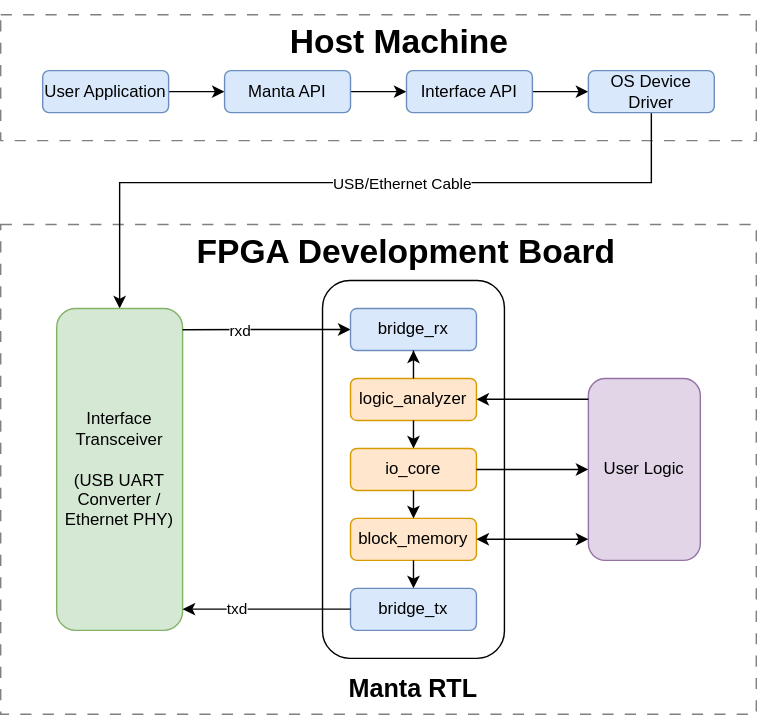
This is doc/assets/system_architecture.drawio.svg from fischermoseley/manta, a draw.io export, as it was before one commit. Source tidied: cells renumbered, new cells last; positions are measured from the earlier drawing's top-left corner, leaving out a move shared by most shapes.
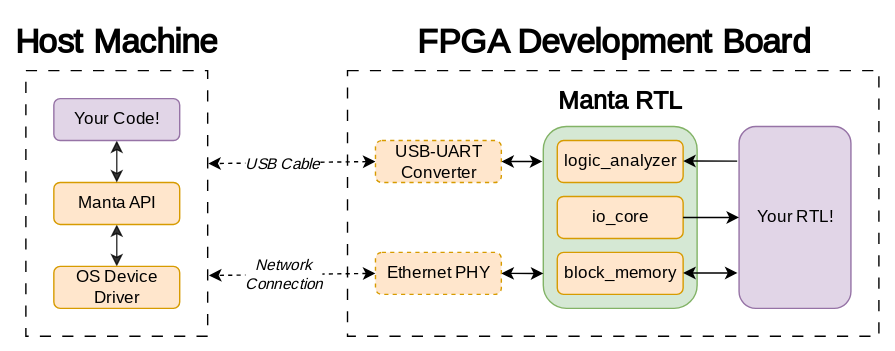
Above is the later version.

The edit, as a diff of the source:
```diff
@@ -2,124 +2,94 @@
   <root>
     <mxCell id="0" />
     <mxCell id="1" parent="0" />
-    <mxCell id="2" style="rounded=0;whiteSpace=wrap;html=1;shadow=0;dashed=1;dashPattern=8 8;strokeColor=#808080;perimeterSpacing=0;gradientColor=none;fillColor=default;" parent="1" vertex="1">
-      <mxGeometry y="150" width="540" height="350" as="geometry" />
-    </mxCell>
-    <mxCell id="3" style="rounded=0;whiteSpace=wrap;html=1;shadow=0;dashed=1;dashPattern=8 8;strokeColor=#808080;perimeterSpacing=0;gradientColor=none;fillColor=default;" parent="1" vertex="1">
-      <mxGeometry width="540" height="90" as="geometry" />
-    </mxCell>
+    <mxCell id="35" style="rounded=0;whiteSpace=wrap;html=1;fontFamily=Roboto;fontSource=https%3A%2F%2Ffonts.googleapis.com%2Fcss%3Ffamily%3DRoboto;strokeColor=none;fillColor=#FFFFFF;" parent="1" vertex="1">
+      <mxGeometry x="-960" y="-890" width="637.5" height="240" as="geometry" />
+    </mxCell>
+    <mxCell id="36" style="rounded=0;whiteSpace=wrap;html=1;fontFamily=Roboto;fontSource=https%3A%2F%2Ffonts.googleapis.com%2Fcss%3Ffamily%3DRoboto;fillColor=none;dashed=1;dashPattern=8 8;" parent="1" vertex="1">
+      <mxGeometry x="-712.5" y="-850" width="380" height="190" as="geometry" />
+    </mxCell>
+    <mxCell id="37" style="rounded=0;whiteSpace=wrap;html=1;fontFamily=Roboto;fontSource=https%3A%2F%2Ffonts.googleapis.com%2Fcss%3Ffamily%3DRoboto;fillColor=none;dashed=1;dashPattern=8 8;" parent="1" vertex="1">
+      <mxGeometry x="-942.5" y="-850" width="130" height="190" as="geometry" />
+    </mxCell>
+    <mxCell id="38" style="rounded=1;whiteSpace=wrap;html=1;fontFamily=Roboto;fontSource=https%3A%2F%2Ffonts.googleapis.com%2Fcss%3Ffamily%3DRoboto;fillColor=#d5e8d4;strokeColor=#82b366;" parent="1" vertex="1">
+      <mxGeometry x="-572.5" y="-810" width="110" height="130" as="geometry" />
+    </mxCell>
+    <mxCell id="39" style="edgeStyle=none;rounded=0;html=1;exitX=0.5;exitY=1;exitDx=0;exitDy=0;entryX=0.5;entryY=0;entryDx=0;entryDy=0;fontFamily=Roboto;fontSource=https%3A%2F%2Ffonts.googleapis.com%2Fcss%3Ffamily%3DRoboto;startArrow=classic;startFill=1;endArrow=classic;endFill=1;opacity=80;" parent="1" edge="1" source="8" target="13">
+      <mxGeometry relative="1" as="geometry" />
+    </mxCell>
+    <mxCell id="8" value="Manta API" style="rounded=1;whiteSpace=wrap;html=1;fillColor=#ffe6cc;strokeColor=#d79b00;fontFamily=Roboto;fontSource=https%3A%2F%2Ffonts.googleapis.com%2Fcss%3Ffamily%3DRoboto;" parent="1" vertex="1">
+      <mxGeometry x="-922.5" y="-770" width="90" height="30" as="geometry" />
+    </mxCell>
+    <mxCell id="13" value="OS Device Driver" style="rounded=1;whiteSpace=wrap;html=1;fillColor=#ffe6cc;strokeColor=#d79b00;fontFamily=Roboto;fontSource=https%3A%2F%2Ffonts.googleapis.com%2Fcss%3Ffamily%3DRoboto;" parent="1" vertex="1">
+      <mxGeometry x="-922.5" y="-710" width="90" height="30" as="geometry" />
+    </mxCell>
+    <mxCell id="40" style="edgeStyle=none;rounded=0;html=1;exitX=0.5;exitY=1;exitDx=0;exitDy=0;entryX=0.5;entryY=0;entryDx=0;entryDy=0;fontFamily=Roboto;fontSource=https%3A%2F%2Ffonts.googleapis.com%2Fcss%3Ffamily%3DRoboto;startArrow=classic;startFill=1;endArrow=classic;endFill=1;opacity=80;" parent="1" edge="1" source="41" target="8">
+      <mxGeometry relative="1" as="geometry" />
+    </mxCell>
+    <mxCell id="41" value="Your Code!" style="rounded=1;whiteSpace=wrap;html=1;fillColor=#e1d5e7;strokeColor=#9673a6;fontFamily=Roboto;fontSource=https%3A%2F%2Ffonts.googleapis.com%2Fcss%3Ffamily%3DRoboto;" parent="1" vertex="1">
+      <mxGeometry x="-922.5" y="-830" width="90" height="30" as="geometry" />
+    </mxCell>
-    <mxCell id="4" value="&lt;h1&gt;Host Machine&lt;/h1&gt;" style="text;html=1;strokeColor=none;fillColor=none;spacing=5;spacingTop=-20;whiteSpace=wrap;overflow=hidden;rounded=0;align=center;" parent="1" vertex="1">
-      <mxGeometry x="30" width="510" height="40" as="geometry" />
+    <mxCell id="4" value="&lt;h1&gt;Host Machine&lt;/h1&gt;" style="text;html=1;strokeColor=none;fillColor=none;spacing=5;spacingTop=-20;whiteSpace=wrap;overflow=hidden;rounded=0;align=center;fontFamily=Roboto;fontSource=https%3A%2F%2Ffonts.googleapis.com%2Fcss%3Ffamily%3DRoboto;" parent="1" vertex="1">
+      <mxGeometry x="-960" y="-890" width="165" height="40" as="geometry" />
     </mxCell>
-    <mxCell id="5" style="edgeStyle=orthogonalEdgeStyle;rounded=0;jettySize=auto;html=1;exitX=1;exitY=0.5;exitDx=0;exitDy=0;entryX=0;entryY=0.5;entryDx=0;entryDy=0;" parent="1" edge="1" source="6" target="8">
-      <mxGeometry relative="1" as="geometry" />
-    </mxCell>
-    <mxCell id="6" value="User Application" style="rounded=1;whiteSpace=wrap;html=1;fillColor=#dae8fc;strokeColor=#6c8ebf;" parent="1" vertex="1">
-      <mxGeometry x="30" y="40" width="90" height="30" as="geometry" />
-    </mxCell>
-    <mxCell id="7" style="edgeStyle=orthogonalEdgeStyle;rounded=0;jettySize=auto;html=1;exitX=1;exitY=0.5;exitDx=0;exitDy=0;entryX=0;entryY=0.5;entryDx=0;entryDy=0;" parent="1" edge="1" source="8" target="10">
-      <mxGeometry relative="1" as="geometry" />
-    </mxCell>
-    <mxCell id="8" value="Manta API" style="rounded=1;whiteSpace=wrap;html=1;fillColor=#dae8fc;strokeColor=#6c8ebf;" parent="1" vertex="1">
-      <mxGeometry x="160" y="40" width="90" height="30" as="geometry" />
-    </mxCell>
-    <mxCell id="9" style="edgeStyle=orthogonalEdgeStyle;rounded=0;jettySize=auto;html=1;" parent="1" edge="1" source="10" target="13">
-      <mxGeometry relative="1" as="geometry" />
-    </mxCell>
-    <mxCell id="10" value="Interface API" style="rounded=1;whiteSpace=wrap;html=1;fillColor=#dae8fc;strokeColor=#6c8ebf;" parent="1" vertex="1">
-      <mxGeometry x="290" y="40" width="90" height="30" as="geometry" />
-    </mxCell>
-    <mxCell id="11" style="edgeStyle=orthogonalEdgeStyle;rounded=0;jettySize=auto;html=1;entryX=0.5;entryY=0;entryDx=0;entryDy=0;exitX=0.5;exitY=1;exitDx=0;exitDy=0;" parent="1" edge="1" source="13" target="14">
-      <mxGeometry relative="1" as="geometry">
-        <Array as="points">
-          <mxPoint x="465" y="120" />
-          <mxPoint x="85" y="120" />
-        </Array>
-      </mxGeometry>
-    </mxCell>
-    <mxCell id="12" value="&amp;nbsp;USB/Ethernet Cable&amp;nbsp;" style="edgeLabel;html=1;align=center;verticalAlign=middle;" parent="11" vertex="1">
-      <mxGeometry x="0.01" relative="1" as="geometry">
-        <mxPoint x="33" as="offset" />
-      </mxGeometry>
-    </mxCell>
-    <mxCell id="13" value="OS Device Driver" style="rounded=1;whiteSpace=wrap;html=1;fillColor=#dae8fc;strokeColor=#6c8ebf;" parent="1" vertex="1">
-      <mxGeometry x="420" y="40" width="90" height="30" as="geometry" />
-    </mxCell>
-    <mxCell id="14" value="Interface Transceiver&lt;br&gt;&lt;br&gt;(USB UART&lt;br&gt;Converter / Ethernet PHY)" style="rounded=1;whiteSpace=wrap;html=1;fillColor=#d5e8d4;strokeColor=#82b366;" parent="1" vertex="1">
-      <mxGeometry x="40" y="210" width="90" height="230" as="geometry" />
-    </mxCell>
-    <mxCell id="15" style="rounded=1;whiteSpace=wrap;html=1;" parent="1" vertex="1">
-      <mxGeometry x="230" y="190" width="130" height="270" as="geometry" />
-    </mxCell>
-    <mxCell id="16" style="edgeStyle=orthogonalEdgeStyle;rounded=0;jettySize=auto;html=1;exitX=0;exitY=0.5;exitDx=0;exitDy=0;entryX=1;entryY=0.066;entryDx=0;entryDy=0;entryPerimeter=0;startArrow=classic;startFill=1;endArrow=none;endFill=0;" parent="1" edge="1" source="18" target="14">
-      <mxGeometry relative="1" as="geometry" />
-    </mxCell>
-    <mxCell id="17" value="&amp;nbsp;rxd&amp;nbsp;" style="edgeLabel;html=1;align=left;verticalAlign=middle;" parent="16" vertex="1">
-      <mxGeometry x="0.2" relative="1" as="geometry">
-        <mxPoint x="-16" as="offset" />
-      </mxGeometry>
-    </mxCell>
-    <mxCell id="18" value="bridge_rx" style="rounded=1;whiteSpace=wrap;html=1;fillColor=#dae8fc;strokeColor=#6c8ebf;" parent="1" vertex="1">
-      <mxGeometry x="250" y="210" width="90" height="30" as="geometry" />
-    </mxCell>
-    <mxCell id="19" value="logic_analyzer" style="rounded=1;whiteSpace=wrap;html=1;fillColor=#ffe6cc;strokeColor=#d79b00;" parent="1" vertex="1">
-      <mxGeometry x="250" y="260" width="90" height="30" as="geometry" />
+    <mxCell id="19" value="logic_analyzer" style="rounded=1;whiteSpace=wrap;html=1;fillColor=#ffe6cc;strokeColor=#d79b00;fontFamily=Roboto;fontSource=https%3A%2F%2Ffonts.googleapis.com%2Fcss%3Ffamily%3DRoboto;" parent="1" vertex="1">
+      <mxGeometry x="-562.5" y="-800" width="90" height="30" as="geometry" />
     </mxCell>
-    <mxCell id="20" value="io_core" style="rounded=1;whiteSpace=wrap;html=1;fillColor=#ffe6cc;strokeColor=#d79b00;" parent="1" vertex="1">
-      <mxGeometry x="250" y="310" width="90" height="30" as="geometry" />
+    <mxCell id="20" value="io_core" style="rounded=1;whiteSpace=wrap;html=1;fillColor=#ffe6cc;strokeColor=#d79b00;fontFamily=Roboto;fontSource=https%3A%2F%2Ffonts.googleapis.com%2Fcss%3Ffamily%3DRoboto;" parent="1" vertex="1">
+      <mxGeometry x="-562.5" y="-760" width="90" height="30" as="geometry" />
     </mxCell>
-    <mxCell id="21" value="block_memory" style="rounded=1;whiteSpace=wrap;html=1;fillColor=#ffe6cc;strokeColor=#d79b00;" parent="1" vertex="1">
-      <mxGeometry x="250" y="360" width="90" height="30" as="geometry" />
+    <mxCell id="21" value="block_memory" style="rounded=1;whiteSpace=wrap;html=1;fillColor=#ffe6cc;strokeColor=#d79b00;fontFamily=Roboto;fontSource=https%3A%2F%2Ffonts.googleapis.com%2Fcss%3Ffamily%3DRoboto;" parent="1" vertex="1">
+      <mxGeometry x="-562.5" y="-720" width="90" height="30" as="geometry" />
     </mxCell>
-    <mxCell id="22" value="bridge_tx" style="rounded=1;whiteSpace=wrap;html=1;fillColor=#dae8fc;strokeColor=#6c8ebf;" parent="1" vertex="1">
-      <mxGeometry x="250" y="410" width="90" height="30" as="geometry" />
-    </mxCell>
-    <mxCell id="23" style="edgeStyle=orthogonalEdgeStyle;rounded=0;jettySize=auto;html=1;exitX=0.5;exitY=1;exitDx=0;exitDy=0;entryX=0.5;entryY=0;entryDx=0;entryDy=0;" parent="1" edge="1" source="21" target="22">
-      <mxGeometry relative="1" as="geometry" />
-    </mxCell>
-    <mxCell id="24" style="edgeStyle=orthogonalEdgeStyle;rounded=0;jettySize=auto;html=1;exitX=0.5;exitY=1;exitDx=0;exitDy=0;entryX=0.5;entryY=0;entryDx=0;entryDy=0;" parent="1" edge="1" source="20" target="21">
-      <mxGeometry relative="1" as="geometry" />
-    </mxCell>
-    <mxCell id="25" style="edgeStyle=orthogonalEdgeStyle;rounded=0;jettySize=auto;html=1;exitX=0.5;exitY=1;exitDx=0;exitDy=0;entryX=0.5;entryY=0;entryDx=0;entryDy=0;" parent="1" edge="1" source="19" target="20">
-      <mxGeometry relative="1" as="geometry" />
-    </mxCell>
-    <mxCell id="26" style="edgeStyle=orthogonalEdgeStyle;rounded=0;jettySize=auto;html=1;" parent="1" edge="1" source="19" target="18">
-      <mxGeometry relative="1" as="geometry" />
-    </mxCell>
-    <mxCell id="27" value="User Logic&amp;nbsp;" style="rounded=1;whiteSpace=wrap;html=1;fillColor=#e1d5e7;strokeColor=#9673a6;" parent="1" vertex="1">
-      <mxGeometry x="420" y="260" width="80" height="130" as="geometry" />
-    </mxCell>
-    <mxCell id="28" style="edgeStyle=orthogonalEdgeStyle;rounded=0;orthogonalLoop=1;jettySize=auto;html=1;exitX=1;exitY=0.5;exitDx=0;exitDy=0;startArrow=classic;startFill=1;endArrow=none;endFill=0;" parent="1" edge="1">
-      <mxGeometry relative="1" as="geometry">
-        <mxPoint x="340" y="274.9" as="sourcePoint" />
-        <mxPoint x="420" y="274.9" as="targetPoint" />
-      </mxGeometry>
-    </mxCell>
-    <mxCell id="29" style="edgeStyle=orthogonalEdgeStyle;rounded=0;jettySize=auto;html=1;exitX=1;exitY=0.5;exitDx=0;exitDy=0;" parent="1" edge="1" source="20" target="27">
-      <mxGeometry relative="1" as="geometry" />
-    </mxCell>
-    <mxCell id="30" style="edgeStyle=orthogonalEdgeStyle;rounded=0;orthogonalLoop=1;jettySize=auto;html=1;exitX=1;exitY=0.5;exitDx=0;exitDy=0;startArrow=classic;startFill=1;" parent="1" edge="1">
-      <mxGeometry relative="1" as="geometry">
-        <mxPoint x="340" y="374.9" as="sourcePoint" />
-        <mxPoint x="420" y="374.9" as="targetPoint" />
-      </mxGeometry>
-    </mxCell>
-    <mxCell id="31" style="edgeStyle=orthogonalEdgeStyle;rounded=0;orthogonalLoop=1;jettySize=auto;html=1;exitX=0;exitY=0.5;exitDx=0;exitDy=0;entryX=1;entryY=0.066;entryDx=0;entryDy=0;entryPerimeter=0;" parent="1" edge="1">
-      <mxGeometry relative="1" as="geometry">
-        <mxPoint x="250" y="424.8" as="sourcePoint" />
-        <mxPoint x="130" y="424.8" as="targetPoint" />
-      </mxGeometry>
-    </mxCell>
-    <mxCell id="32" value="&amp;nbsp;txd&amp;nbsp;" style="edgeLabel;html=1;align=left;verticalAlign=middle;" parent="31" vertex="1">
-      <mxGeometry x="0.24" relative="1" as="geometry">
-        <mxPoint x="-16" as="offset" />
-      </mxGeometry>
-    </mxCell>
+    <mxCell id="42" value="Your RTL!" style="rounded=1;whiteSpace=wrap;html=1;fillColor=#e1d5e7;strokeColor=#9673a6;fontFamily=Roboto;fontSource=https%3A%2F%2Ffonts.googleapis.com%2Fcss%3Ffamily%3DRoboto;" parent="1" vertex="1">
+      <mxGeometry x="-432.5" y="-810" width="80" height="130" as="geometry" />
+    </mxCell>
+    <mxCell id="43" style="edgeStyle=orthogonalEdgeStyle;rounded=0;jettySize=auto;html=1;exitX=1;exitY=0.5;exitDx=0;exitDy=0;startArrow=classic;startFill=1;endArrow=none;endFill=0;fontFamily=Roboto;fontSource=https%3A%2F%2Ffonts.googleapis.com%2Fcss%3Ffamily%3DRoboto;entryX=-0.017;entryY=0.19;entryDx=0;entryDy=0;entryPerimeter=0;" parent="1" edge="1" target="42">
+      <mxGeometry relative="1" as="geometry">
+        <mxPoint x="-472.5" y="-785.3" as="sourcePoint" />
+      </mxGeometry>
+    </mxCell>
+    <mxCell id="44" style="edgeStyle=orthogonalEdgeStyle;rounded=0;jettySize=auto;html=1;exitX=1;exitY=0.5;exitDx=0;exitDy=0;fontFamily=Roboto;fontSource=https%3A%2F%2Ffonts.googleapis.com%2Fcss%3Ffamily%3DRoboto;" parent="1" edge="1" source="20" target="42">
+      <mxGeometry relative="1" as="geometry" />
+    </mxCell>
+    <mxCell id="45" style="edgeStyle=orthogonalEdgeStyle;rounded=0;jettySize=auto;html=1;exitX=1;exitY=0.5;exitDx=0;exitDy=0;startArrow=classic;startFill=1;fontFamily=Roboto;fontSource=https%3A%2F%2Ffonts.googleapis.com%2Fcss%3Ffamily%3DRoboto;entryX=-0.014;entryY=0.801;entryDx=0;entryDy=0;entryPerimeter=0;" parent="1" edge="1" target="42">
+      <mxGeometry relative="1" as="geometry">
+        <mxPoint x="-472.5" y="-705.3" as="sourcePoint" />
+      </mxGeometry>
+    </mxCell>
+    <mxCell id="34" value="&lt;h1&gt;&lt;font style=&quot;font-size: 18px;&quot;&gt;Manta RTL&lt;/font&gt;&lt;/h1&gt;" style="text;html=1;strokeColor=none;fillColor=none;spacing=5;spacingTop=-20;whiteSpace=wrap;overflow=hidden;rounded=0;align=center;fontFamily=Roboto;fontSource=https%3A%2F%2Ffonts.googleapis.com%2Fcss%3Ffamily%3DRoboto;" parent="1" vertex="1">
+      <mxGeometry x="-582.5" y="-850" width="130" height="30" as="geometry" />
+    </mxCell>
-    <mxCell id="33" value="&lt;h1&gt;FPGA Development Board&lt;/h1&gt;" style="text;html=1;strokeColor=none;fillColor=none;spacing=5;spacingTop=-20;whiteSpace=wrap;overflow=hidden;rounded=0;align=center;" parent="1" vertex="1">
-      <mxGeometry x="40" y="150" width="500" height="40" as="geometry" />
+    <mxCell id="33" value="&lt;h1&gt;FPGA Development Board&lt;/h1&gt;" style="text;html=1;strokeColor=none;fillColor=none;spacing=5;spacingTop=-20;whiteSpace=wrap;overflow=hidden;rounded=0;align=center;fontFamily=Roboto;fontSource=https%3A%2F%2Ffonts.googleapis.com%2Fcss%3Ffamily%3DRoboto;" parent="1" vertex="1">
+      <mxGeometry x="-712.5" y="-890" width="380" height="40" as="geometry" />
     </mxCell>
-    <mxCell id="34" value="&lt;h1&gt;&lt;font style=&quot;font-size: 18px;&quot;&gt;Manta RTL&lt;/font&gt;&lt;/h1&gt;" style="text;html=1;strokeColor=none;fillColor=none;spacing=5;spacingTop=-20;whiteSpace=wrap;overflow=hidden;rounded=0;align=center;" parent="1" vertex="1">
-      <mxGeometry x="230" y="460" width="130" height="40" as="geometry" />
-    </mxCell>
+    <mxCell id="46" style="edgeStyle=none;rounded=0;html=1;exitX=1;exitY=0.5;exitDx=0;exitDy=0;entryX=0.001;entryY=0.808;entryDx=0;entryDy=0;entryPerimeter=0;fontFamily=Roboto;fontSource=https%3A%2F%2Ffonts.googleapis.com%2Fcss%3Ffamily%3DRoboto;startArrow=classic;startFill=1;endArrow=classic;endFill=1;" parent="1" edge="1" source="49" target="38">
+      <mxGeometry relative="1" as="geometry" />
+    </mxCell>
+    <mxCell id="47" style="edgeStyle=none;rounded=0;html=1;exitX=0;exitY=0.5;exitDx=0;exitDy=0;entryX=1.007;entryY=0.771;entryDx=0;entryDy=0;entryPerimeter=0;fontFamily=Roboto;fontSource=https%3A%2F%2Ffonts.googleapis.com%2Fcss%3Ffamily%3DRoboto;startArrow=classic;startFill=1;endArrow=classic;endFill=1;dashed=1;" parent="1" edge="1" source="49" target="37">
+      <mxGeometry relative="1" as="geometry" />
+    </mxCell>
+    <mxCell id="48" value="Network&lt;br style=&quot;border-color: var(--border-color);&quot;&gt;Connection" style="edgeLabel;html=1;align=center;verticalAlign=middle;fontFamily=Roboto;fontStyle=2;" parent="47" vertex="1">
+      <mxGeometry x="0.27" y="1" relative="1" as="geometry">
+        <mxPoint x="9" y="-1" as="offset" />
+      </mxGeometry>
+    </mxCell>
+    <mxCell id="49" value="Ethernet PHY" style="rounded=1;whiteSpace=wrap;html=1;fillColor=#ffe6cc;strokeColor=#d79b00;fontFamily=Roboto;fontSource=https%3A%2F%2Ffonts.googleapis.com%2Fcss%3Ffamily%3DRoboto;dashed=1;" parent="1" vertex="1">
+      <mxGeometry x="-692.5" y="-720" width="90" height="30" as="geometry" />
+    </mxCell>
+    <mxCell id="50" style="edgeStyle=none;rounded=0;html=1;exitX=1;exitY=0.5;exitDx=0;exitDy=0;entryX=-0.006;entryY=0.192;entryDx=0;entryDy=0;entryPerimeter=0;fontFamily=Roboto;fontSource=https%3A%2F%2Ffonts.googleapis.com%2Fcss%3Ffamily%3DRoboto;startArrow=classic;startFill=1;endArrow=classic;endFill=1;" parent="1" edge="1" source="53" target="38">
+      <mxGeometry relative="1" as="geometry" />
+    </mxCell>
+    <mxCell id="51" style="edgeStyle=none;rounded=0;html=1;exitX=0;exitY=0.5;exitDx=0;exitDy=0;entryX=1.003;entryY=0.35;entryDx=0;entryDy=0;fontFamily=Roboto;fontSource=https%3A%2F%2Ffonts.googleapis.com%2Fcss%3Ffamily%3DRoboto;startArrow=classic;startFill=1;endArrow=classic;endFill=1;dashed=1;entryPerimeter=0;" parent="1" edge="1" source="53" target="37">
+      <mxGeometry relative="1" as="geometry" />
+    </mxCell>
+    <mxCell id="52" value="USB Cable" style="edgeLabel;html=1;align=center;verticalAlign=middle;fontFamily=Roboto;fontStyle=2;" parent="51" vertex="1">
+      <mxGeometry x="0.35" y="-1" relative="1" as="geometry">
+        <mxPoint x="14" y="1" as="offset" />
+      </mxGeometry>
+    </mxCell>
+    <mxCell id="53" value="USB-UART Converter" style="rounded=1;whiteSpace=wrap;html=1;fillColor=#ffe6cc;strokeColor=#d79b00;fontFamily=Roboto;fontSource=https%3A%2F%2Ffonts.googleapis.com%2Fcss%3Ffamily%3DRoboto;dashed=1;" parent="1" vertex="1">
+      <mxGeometry x="-692.5" y="-800" width="90" height="30" as="geometry" />
+    </mxCell>
   </root>
 </mxGraphModel>
```
